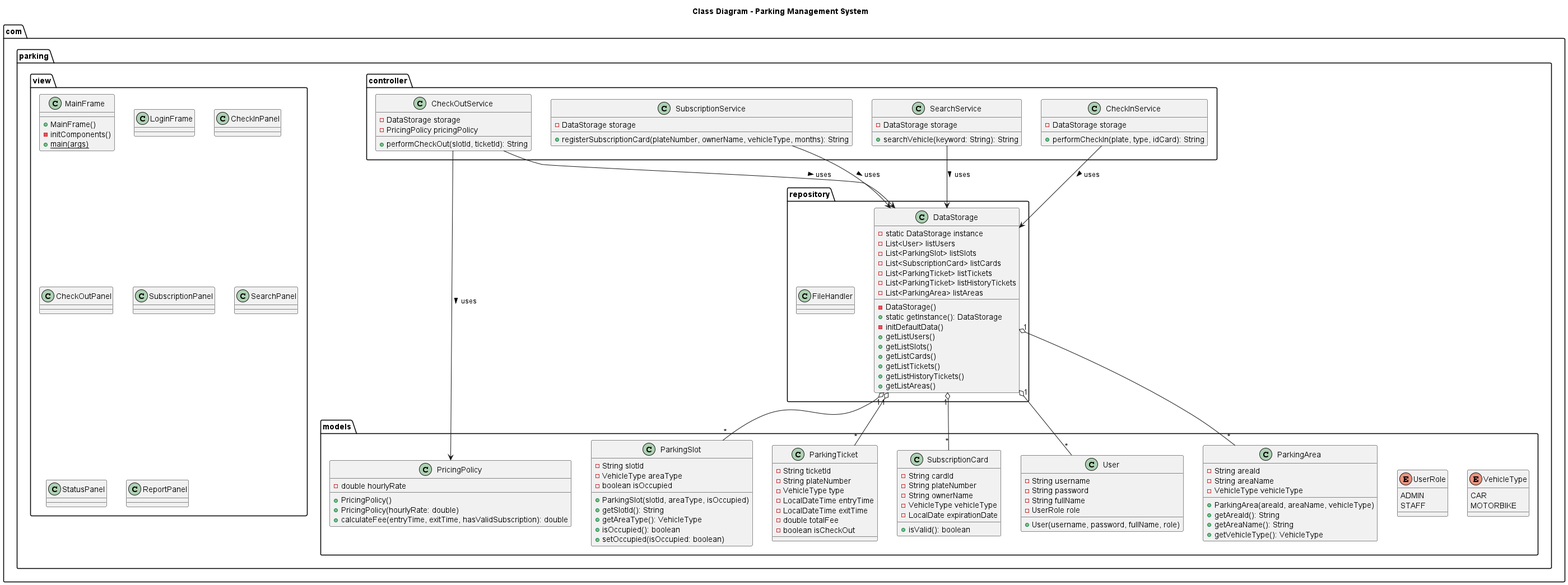
The PlantUML diagram out/ClassDiagram/ClassDiagram.png in trankhiem0210/ParkingManagementSystem, before a commit.
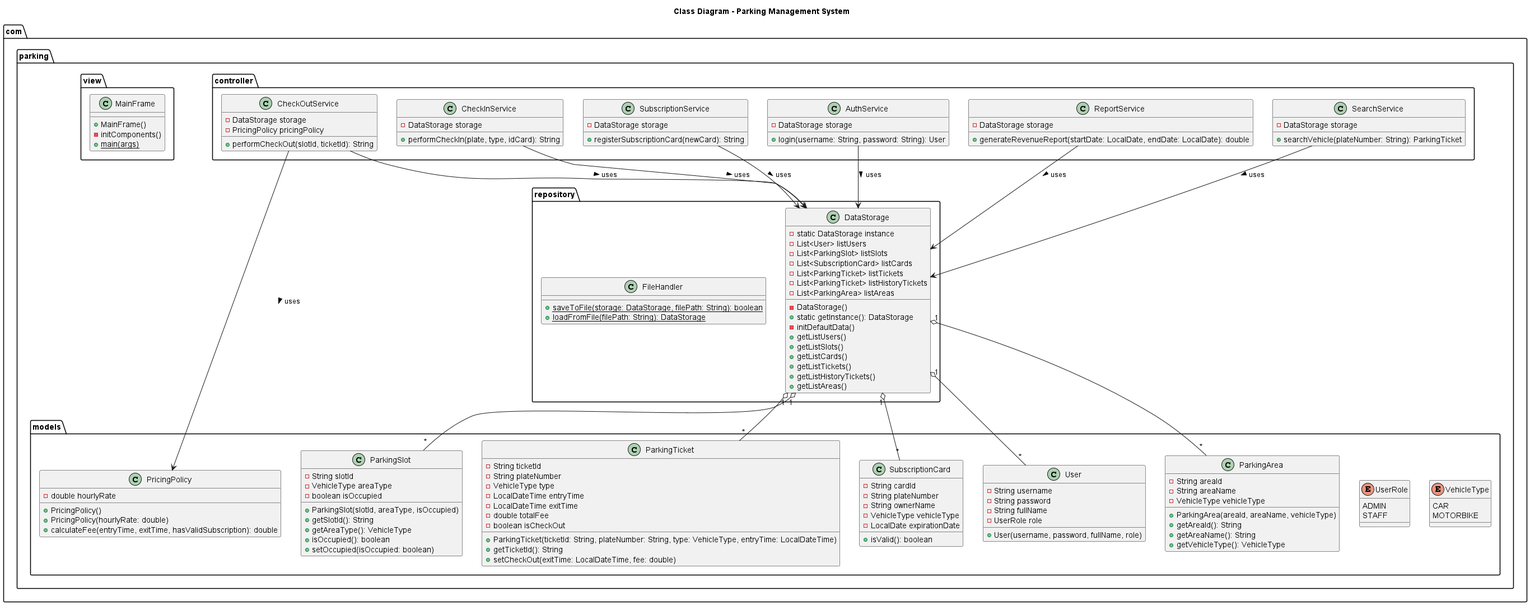
The same file after the commit.

Commit message:
update classdiagram va usecase

The edit, as a diff of the source:
```diff
@@ -56,6 +56,9 @@
         - LocalDateTime exitTime
         - double totalFee
         - boolean isCheckOut
+        + ParkingTicket(ticketId: String, plateNumber: String, type: VehicleType, entryTime: LocalDateTime)
+        + getTicketId(): String
+        + setCheckOut(exitTime: LocalDateTime, fee: double)
     }
 
     class SubscriptionCard {
@@ -89,6 +92,8 @@
     }
 
     class FileHandler {
+        + {static} saveToFile(storage: DataStorage, filePath: String): boolean
+        + {static} loadFromFile(filePath: String): DataStorage
     }
 }
 
@@ -106,12 +111,22 @@
 
     class SubscriptionService {
         - DataStorage storage
-        + registerSubscriptionCard(plateNumber, ownerName, vehicleType, months): String
+        + registerSubscriptionCard(newCard): String
+    }
+
+    class AuthService {
+        - DataStorage storage
+        + login(username: String, password: String): User
+    }
+
+    class ReportService {
+        - DataStorage storage
+        + generateRevenueReport(startDate: LocalDate, endDate: LocalDate): double
     }
 
     class SearchService {
         - DataStorage storage
-        + searchVehicle(keyword: String): String
+        + searchVehicle(plateNumber: String): ParkingTicket
     }
 }
 
@@ -121,14 +136,6 @@
         - initComponents()
         + {static} main(args)
     }
-
-    class LoginFrame
-    class CheckInPanel
-    class CheckOutPanel
-    class SubscriptionPanel
-    class SearchPanel
-    class StatusPanel
-    class ReportPanel
 }
 
 DataStorage "1" o-- "*" User
@@ -141,5 +148,7 @@
 CheckOutService --> DataStorage : uses >
 CheckOutService --> PricingPolicy : uses >
 SubscriptionService --> DataStorage : uses >
+AuthService --> DataStorage : uses >
+ReportService --> DataStorage : uses >
 SearchService --> DataStorage : uses >
 @enduml
```
